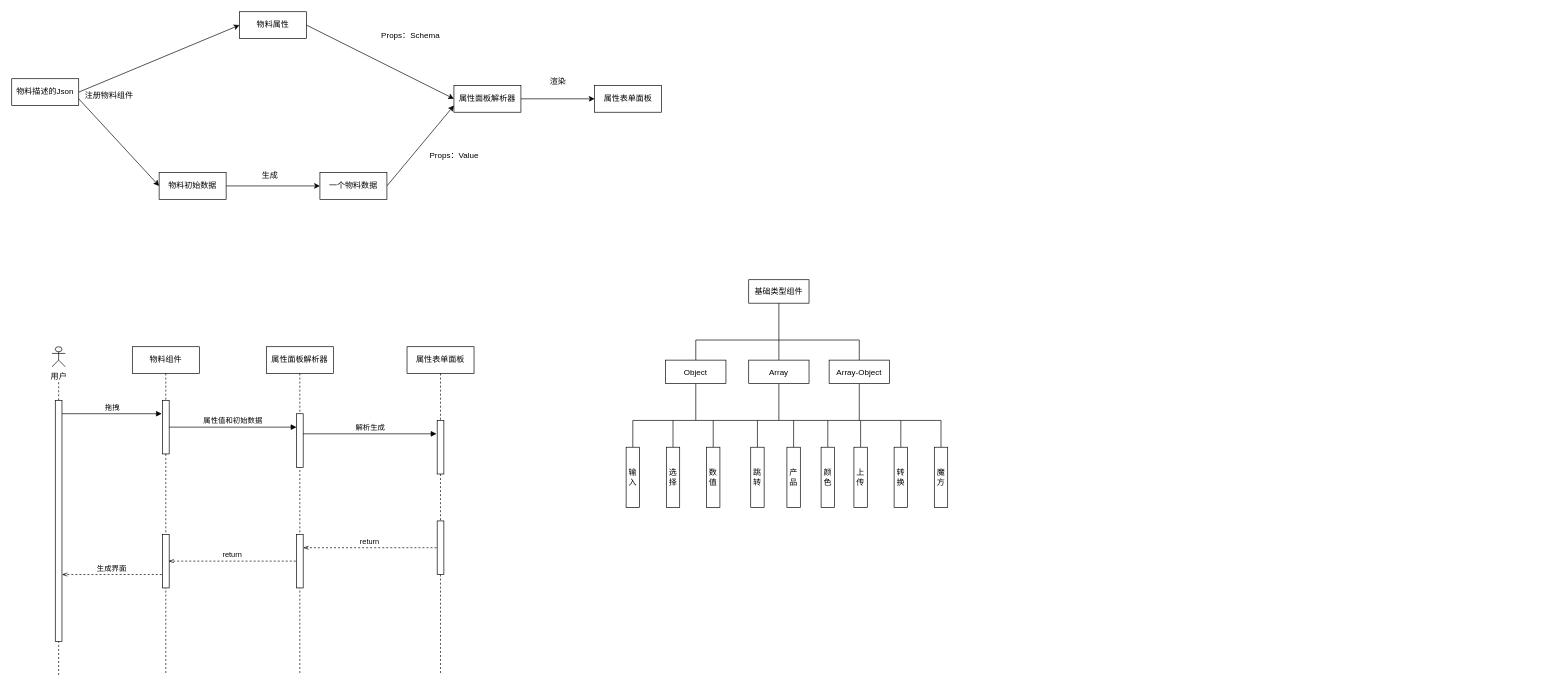
This is 属性面板.drawio from yuxinyu12345/diagrams, a draw.io file, before an edit. Source tidied: cells renumbered, new cells numbered last; positions are measured from the earlier drawing's top-left corner, leaving out a move shared by most shapes. Both pictures are drawn from the tidied source at 67%, with x=0, y=0 at pixel (11, 11).
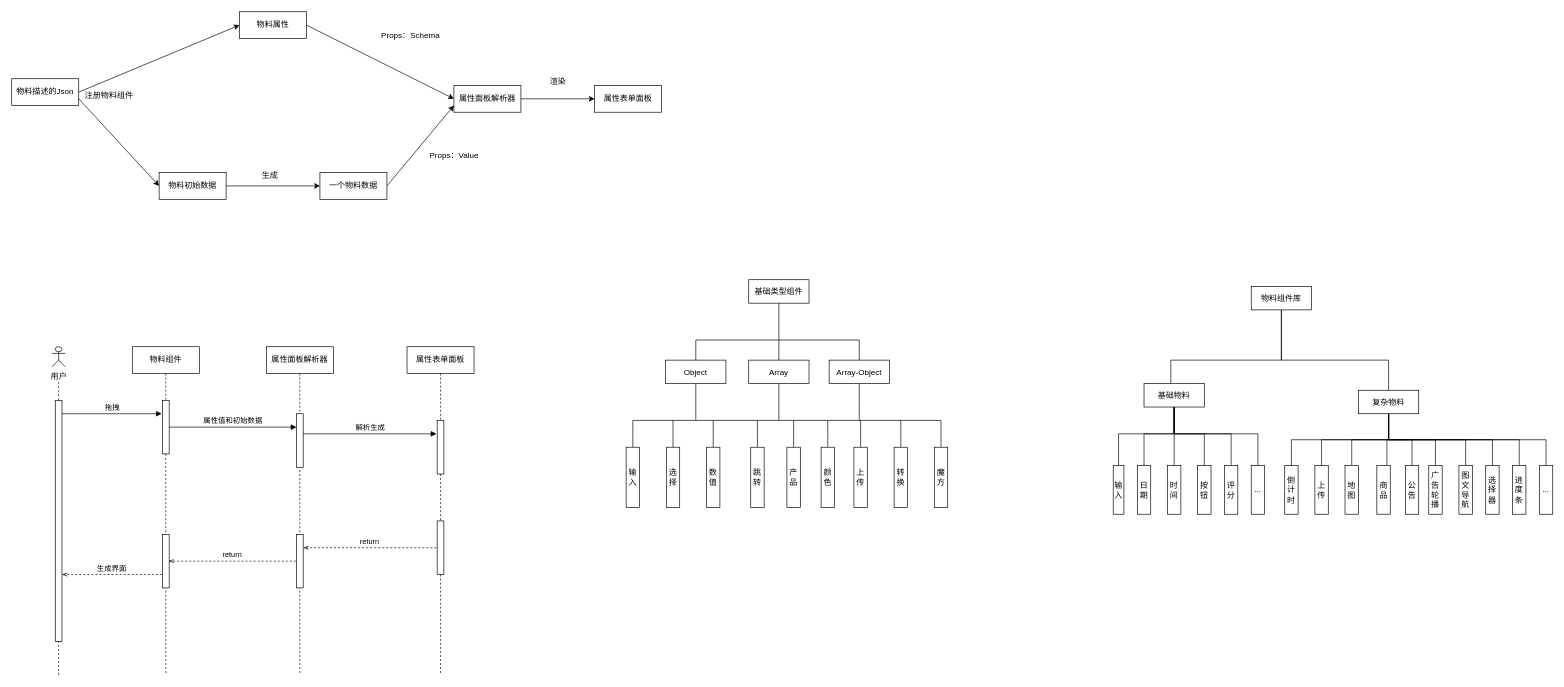
After the change.

Commit message:
更新属性面板.drawio

The edit, as a diff of the source:
```diff
@@
+    <mxCell id="69" style="edgeStyle=orthogonalEdgeStyle;rounded=0;jettySize=auto;html=1;endArrow=none;endFill=0;" parent="1" edge="1" source="71" target="78">
+      <mxGeometry relative="1" as="geometry">
+        <Array as="points">
+          <mxPoint x="1895" y="520" />
+          <mxPoint x="1730" y="520" />
+        </Array>
+      </mxGeometry>
+    </mxCell>
+    <mxCell id="70" style="edgeStyle=orthogonalEdgeStyle;rounded=0;jettySize=auto;html=1;endArrow=none;endFill=0;" parent="1" edge="1" source="71" target="89">
+      <mxGeometry relative="1" as="geometry">
+        <Array as="points">
+          <mxPoint x="1895" y="520" />
+          <mxPoint x="2055" y="520" />
+        </Array>
+      </mxGeometry>
+    </mxCell>
+    <mxCell id="71" value="物料组件库" style="rounded=0;whiteSpace=wrap;html=1;" parent="1" vertex="1">
+      <mxGeometry x="1850" y="410" width="90" height="35" as="geometry" />
+    </mxCell>
+    <mxCell id="72" style="edgeStyle=orthogonalEdgeStyle;rounded=0;jettySize=auto;html=1;endArrow=none;endFill=0;" parent="1" edge="1" source="78" target="90">
+      <mxGeometry relative="1" as="geometry">
+        <Array as="points">
+          <mxPoint x="1735" y="630" />
+          <mxPoint x="1652" y="630" />
+        </Array>
+      </mxGeometry>
+    </mxCell>
+    <mxCell id="73" style="edgeStyle=orthogonalEdgeStyle;rounded=0;jettySize=auto;html=1;endArrow=none;endFill=0;" parent="1" edge="1" source="78" target="91">
+      <mxGeometry relative="1" as="geometry">
+        <Array as="points">
+          <mxPoint x="1735" y="630" />
+          <mxPoint x="1690" y="630" />
+        </Array>
+      </mxGeometry>
+    </mxCell>
+    <mxCell id="74" style="edgeStyle=orthogonalEdgeStyle;rounded=0;jettySize=auto;html=1;exitX=0.5;exitY=1;exitDx=0;exitDy=0;endArrow=none;endFill=0;" parent="1" edge="1" source="78" target="92">
+      <mxGeometry relative="1" as="geometry" />
+    </mxCell>
+    <mxCell id="75" style="edgeStyle=orthogonalEdgeStyle;rounded=0;jettySize=auto;html=1;exitX=0.5;exitY=1;exitDx=0;exitDy=0;entryX=0.5;entryY=0;entryDx=0;entryDy=0;endArrow=none;endFill=0;" parent="1" edge="1" source="78" target="93">
+      <mxGeometry relative="1" as="geometry">
+        <Array as="points">
+          <mxPoint x="1735" y="630" />
+          <mxPoint x="1780" y="630" />
+        </Array>
+      </mxGeometry>
+    </mxCell>
+    <mxCell id="76" style="edgeStyle=orthogonalEdgeStyle;rounded=0;jettySize=auto;html=1;exitX=0.5;exitY=1;exitDx=0;exitDy=0;entryX=0.5;entryY=0;entryDx=0;entryDy=0;endArrow=none;endFill=0;" parent="1" edge="1" source="78" target="94">
+      <mxGeometry relative="1" as="geometry">
+        <Array as="points">
+          <mxPoint x="1735" y="630" />
+          <mxPoint x="1820" y="630" />
+        </Array>
+      </mxGeometry>
+    </mxCell>
+    <mxCell id="77" style="edgeStyle=orthogonalEdgeStyle;rounded=0;jettySize=auto;html=1;exitX=0.5;exitY=1;exitDx=0;exitDy=0;entryX=0.5;entryY=0;entryDx=0;entryDy=0;endArrow=none;endFill=0;" parent="1" edge="1" source="78" target="95">
+      <mxGeometry relative="1" as="geometry">
+        <Array as="points">
+          <mxPoint x="1735" y="630" />
+          <mxPoint x="1860" y="630" />
+        </Array>
+      </mxGeometry>
+    </mxCell>
+    <mxCell id="78" value="基础物料" style="rounded=0;whiteSpace=wrap;html=1;" parent="1" vertex="1">
+      <mxGeometry x="1690" y="555" width="90" height="35" as="geometry" />
+    </mxCell>
+    <mxCell id="79" style="edgeStyle=orthogonalEdgeStyle;rounded=0;jettySize=auto;html=1;endArrow=none;endFill=0;" parent="1" edge="1" source="89" target="98">
+      <mxGeometry relative="1" as="geometry" />
+    </mxCell>
+    <mxCell id="80" style="edgeStyle=orthogonalEdgeStyle;rounded=0;jettySize=auto;html=1;exitX=0.5;exitY=1;exitDx=0;exitDy=0;entryX=0.5;entryY=0;entryDx=0;entryDy=0;endArrow=none;endFill=0;" parent="1" edge="1" source="89" target="96">
+      <mxGeometry relative="1" as="geometry" />
+    </mxCell>
+    <mxCell id="81" style="edgeStyle=orthogonalEdgeStyle;rounded=0;jettySize=auto;html=1;exitX=0.5;exitY=1;exitDx=0;exitDy=0;entryX=0.5;entryY=0;entryDx=0;entryDy=0;endArrow=none;endFill=0;" parent="1" edge="1" source="89" target="97">
+      <mxGeometry relative="1" as="geometry" />
+    </mxCell>
+    <mxCell id="82" style="edgeStyle=orthogonalEdgeStyle;rounded=0;jettySize=auto;html=1;exitX=0.5;exitY=1;exitDx=0;exitDy=0;entryX=0.75;entryY=0;entryDx=0;entryDy=0;endArrow=none;endFill=0;" parent="1" edge="1" source="89" target="99">
+      <mxGeometry relative="1" as="geometry" />
+    </mxCell>
+    <mxCell id="83" style="edgeStyle=orthogonalEdgeStyle;rounded=0;jettySize=auto;html=1;exitX=0.5;exitY=1;exitDx=0;exitDy=0;entryX=0.5;entryY=0;entryDx=0;entryDy=0;endArrow=none;endFill=0;" parent="1" edge="1" source="89" target="100">
+      <mxGeometry relative="1" as="geometry" />
+    </mxCell>
+    <mxCell id="84" style="edgeStyle=orthogonalEdgeStyle;rounded=0;jettySize=auto;html=1;exitX=0.5;exitY=1;exitDx=0;exitDy=0;entryX=0.5;entryY=0;entryDx=0;entryDy=0;endArrow=none;endFill=0;" parent="1" edge="1" source="89" target="101">
+      <mxGeometry relative="1" as="geometry" />
+    </mxCell>
+    <mxCell id="85" style="edgeStyle=orthogonalEdgeStyle;rounded=0;jettySize=auto;html=1;exitX=0.5;exitY=1;exitDx=0;exitDy=0;entryX=0.5;entryY=0;entryDx=0;entryDy=0;endArrow=none;endFill=0;" parent="1" edge="1" source="89" target="102">
+      <mxGeometry relative="1" as="geometry" />
+    </mxCell>
+    <mxCell id="86" style="edgeStyle=orthogonalEdgeStyle;rounded=0;jettySize=auto;html=1;exitX=0.5;exitY=1;exitDx=0;exitDy=0;entryX=0.5;entryY=0;entryDx=0;entryDy=0;endArrow=none;endFill=0;" parent="1" edge="1" source="89" target="103">
+      <mxGeometry relative="1" as="geometry" />
+    </mxCell>
+    <mxCell id="87" style="edgeStyle=orthogonalEdgeStyle;rounded=0;jettySize=auto;html=1;exitX=0.5;exitY=1;exitDx=0;exitDy=0;entryX=0.5;entryY=0;entryDx=0;entryDy=0;endArrow=none;endFill=0;" parent="1" edge="1" source="89" target="104">
+      <mxGeometry relative="1" as="geometry" />
+    </mxCell>
+    <mxCell id="88" style="edgeStyle=orthogonalEdgeStyle;rounded=0;jettySize=auto;html=1;exitX=0.5;exitY=1;exitDx=0;exitDy=0;entryX=0.5;entryY=0;entryDx=0;entryDy=0;endArrow=none;endFill=0;" parent="1" edge="1" source="89" target="105">
+      <mxGeometry relative="1" as="geometry" />
+    </mxCell>
+    <mxCell id="89" value="复杂物料" style="rounded=0;whiteSpace=wrap;html=1;" parent="1" vertex="1">
+      <mxGeometry x="2010" y="565" width="90" height="35" as="geometry" />
+    </mxCell>
+    <mxCell id="90" value="输入" style="rounded=0;whiteSpace=wrap;html=1;" parent="1" vertex="1">
+      <mxGeometry x="1644" y="677.5" width="16" height="72.5" as="geometry" />
+    </mxCell>
+    <mxCell id="91" value="日期" style="rounded=0;whiteSpace=wrap;html=1;" parent="1" vertex="1">
+      <mxGeometry x="1680" y="677.5" width="20" height="72.5" as="geometry" />
+    </mxCell>
+    <mxCell id="92" value="时间" style="rounded=0;whiteSpace=wrap;html=1;" parent="1" vertex="1">
+      <mxGeometry x="1725" y="677.5" width="20" height="72.5" as="geometry" />
+    </mxCell>
+    <mxCell id="93" value="按钮" style="rounded=0;whiteSpace=wrap;html=1;" parent="1" vertex="1">
+      <mxGeometry x="1770" y="677.5" width="20" height="72.5" as="geometry" />
+    </mxCell>
+    <mxCell id="94" value="评分" style="rounded=0;whiteSpace=wrap;html=1;" parent="1" vertex="1">
+      <mxGeometry x="1810" y="677.5" width="20" height="72.5" as="geometry" />
+    </mxCell>
+    <mxCell id="95" value="..." style="rounded=0;whiteSpace=wrap;html=1;" parent="1" vertex="1">
+      <mxGeometry x="1850" y="677.5" width="20" height="72.5" as="geometry" />
+    </mxCell>
+    <mxCell id="96" value="倒计时" style="rounded=0;whiteSpace=wrap;html=1;" parent="1" vertex="1">
+      <mxGeometry x="1900" y="677.5" width="20" height="72.5" as="geometry" />
+    </mxCell>
+    <mxCell id="97" value="上传" style="rounded=0;whiteSpace=wrap;html=1;" parent="1" vertex="1">
+      <mxGeometry x="1945" y="677.5" width="20" height="72.5" as="geometry" />
+    </mxCell>
+    <mxCell id="98" value="地图" style="rounded=0;whiteSpace=wrap;html=1;" parent="1" vertex="1">
+      <mxGeometry x="1990" y="677.5" width="20" height="72.5" as="geometry" />
+    </mxCell>
+    <mxCell id="99" value="商品" style="rounded=0;whiteSpace=wrap;html=1;" parent="1" vertex="1">
+      <mxGeometry x="2037.5" y="677.5" width="20" height="72.5" as="geometry" />
+    </mxCell>
+    <mxCell id="100" value="公告" style="rounded=0;whiteSpace=wrap;html=1;" parent="1" vertex="1">
+      <mxGeometry x="2080" y="677.5" width="20" height="72.5" as="geometry" />
+    </mxCell>
+    <mxCell id="101" value="广告轮播" style="rounded=0;whiteSpace=wrap;html=1;" parent="1" vertex="1">
+      <mxGeometry x="2115" y="677.5" width="20" height="72.5" as="geometry" />
+    </mxCell>
+    <mxCell id="102" value="图文导航" style="rounded=0;whiteSpace=wrap;html=1;" parent="1" vertex="1">
+      <mxGeometry x="2160" y="677.5" width="20" height="72.5" as="geometry" />
+    </mxCell>
+    <mxCell id="103" value="选择器" style="rounded=0;whiteSpace=wrap;html=1;" parent="1" vertex="1">
+      <mxGeometry x="2200" y="677.5" width="20" height="72.5" as="geometry" />
+    </mxCell>
+    <mxCell id="104" value="进度条" style="rounded=0;whiteSpace=wrap;html=1;" parent="1" vertex="1">
+      <mxGeometry x="2240" y="677.5" width="20" height="72.5" as="geometry" />
+    </mxCell>
+    <mxCell id="105" value="..." style="rounded=0;whiteSpace=wrap;html=1;" parent="1" vertex="1">
+      <mxGeometry x="2280" y="677.5" width="20" height="72.5" as="geometry" />
+    </mxCell>
```
